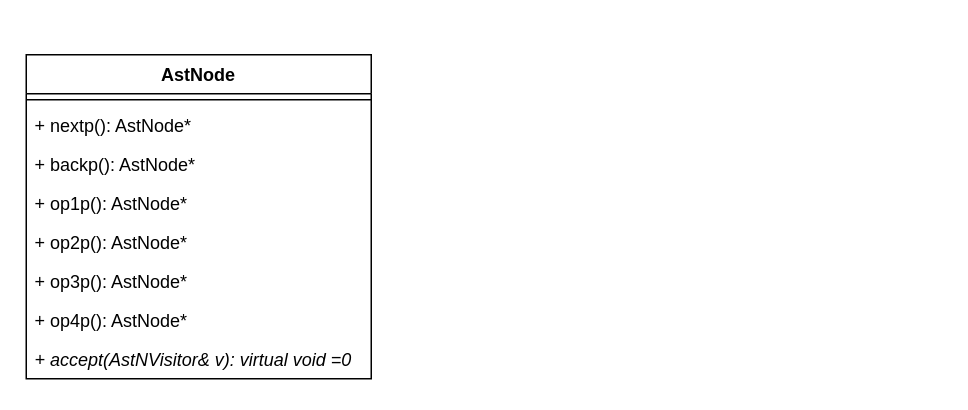
This is verilator_digrams/V3AstNode.drawio from Dercury/CLDK, a draw.io file, before an edit. Source tidied: cells renumbered, new cells numbered last; positions are measured from the earlier drawing's top-left corner, leaving out a move shared by most shapes. Both pictures are drawn from the tidied source at 150%, with x=0, y=0 at pixel (26, 54).
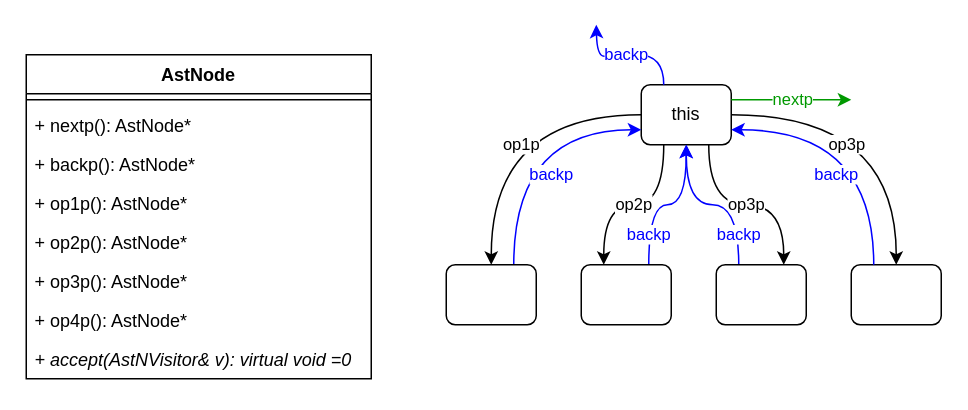
Above is the later version.

Diff of the diagram source:
```diff
@@
+    <mxCell id="11" value="op2p" style="edgeStyle=orthogonalEdgeStyle;rounded=0;jettySize=auto;html=1;exitX=0.25;exitY=1;exitDx=0;exitDy=0;entryX=0.25;entryY=0;entryDx=0;entryDy=0;curved=1;entryPerimeter=0;" parent="1" edge="1" source="15" target="19">
+      <mxGeometry relative="1" as="geometry" />
+    </mxCell>
+    <mxCell id="12" value="op3p" style="edgeStyle=orthogonalEdgeStyle;rounded=0;jettySize=auto;html=1;exitX=0.75;exitY=1;exitDx=0;exitDy=0;entryX=0.75;entryY=0;entryDx=0;entryDy=0;curved=1;" parent="1" edge="1" source="15" target="21">
+      <mxGeometry relative="1" as="geometry" />
+    </mxCell>
+    <mxCell id="13" value="op3p" style="edgeStyle=orthogonalEdgeStyle;rounded=0;jettySize=auto;html=1;exitX=1;exitY=0.5;exitDx=0;exitDy=0;entryX=0.5;entryY=0;entryDx=0;entryDy=0;curved=1;" parent="1" edge="1" source="15" target="22">
+      <mxGeometry x="-0.27" y="-20" relative="1" as="geometry" />
+    </mxCell>
+    <mxCell id="14" value="op1p" style="edgeStyle=orthogonalEdgeStyle;rounded=0;jettySize=auto;html=1;exitX=0;exitY=0.5;exitDx=0;exitDy=0;entryX=0.5;entryY=0;entryDx=0;entryDy=0;curved=1;" parent="1" edge="1" source="15" target="17">
+      <mxGeometry x="0.2" y="20" relative="1" as="geometry" />
+    </mxCell>
+    <mxCell id="15" value="this" style="rounded=1;whiteSpace=wrap;html=1;" parent="1" vertex="1">
+      <mxGeometry x="410" y="20" width="60" height="40" as="geometry" />
+    </mxCell>
+    <mxCell id="16" value="backp" style="edgeStyle=orthogonalEdgeStyle;curved=1;rounded=0;jettySize=auto;html=1;exitX=0.75;exitY=0;exitDx=0;exitDy=0;entryX=0;entryY=0.75;entryDx=0;entryDy=0;fontColor=#0000FF;strokeColor=#0000FF;" parent="1" edge="1" source="17" target="15">
+      <mxGeometry x="-0.31" y="-25" relative="1" as="geometry" />
+    </mxCell>
+    <mxCell id="17" style="rounded=1;whiteSpace=wrap;html=1;" parent="1" vertex="1">
+      <mxGeometry x="280" y="140" width="60" height="40" as="geometry" />
+    </mxCell>
+    <mxCell id="18" value="backp" style="edgeStyle=orthogonalEdgeStyle;curved=1;rounded=0;jettySize=auto;html=1;exitX=0.75;exitY=0;exitDx=0;exitDy=0;entryX=0.5;entryY=1;entryDx=0;entryDy=0;fontColor=#0000FF;strokeColor=#0000FF;" parent="1" edge="1" source="19" target="15">
+      <mxGeometry x="-0.62" relative="1" as="geometry" />
+    </mxCell>
+    <mxCell id="19" style="rounded=1;whiteSpace=wrap;html=1;" parent="1" vertex="1">
+      <mxGeometry x="370" y="140" width="60" height="40" as="geometry" />
+    </mxCell>
+    <mxCell id="20" value="backp" style="edgeStyle=orthogonalEdgeStyle;curved=1;rounded=0;jettySize=auto;html=1;exitX=0.25;exitY=0;exitDx=0;exitDy=0;entryX=0.5;entryY=1;entryDx=0;entryDy=0;strokeColor=#0000FF;fontColor=#0000FF;" parent="1" edge="1" source="21" target="15">
+      <mxGeometry x="-0.65" relative="1" as="geometry" />
+    </mxCell>
+    <mxCell id="21" style="rounded=1;whiteSpace=wrap;html=1;" parent="1" vertex="1">
+      <mxGeometry x="460" y="140" width="60" height="40" as="geometry" />
+    </mxCell>
+    <mxCell id="22" style="rounded=1;whiteSpace=wrap;html=1;" parent="1" vertex="1">
+      <mxGeometry x="550" y="140" width="60" height="40" as="geometry" />
+    </mxCell>
+    <mxCell id="23" value="backp" style="edgeStyle=orthogonalEdgeStyle;curved=1;rounded=0;jettySize=auto;html=1;exitX=0.25;exitY=0;exitDx=0;exitDy=0;entryX=1;entryY=0.75;entryDx=0;entryDy=0;strokeColor=#0000FF;fontColor=#0000FF;" parent="1" edge="1" source="22" target="15">
+      <mxGeometry x="-0.35" y="25" relative="1" as="geometry" />
+    </mxCell>
+    <mxCell id="24" value="backp" style="edgeStyle=orthogonalEdgeStyle;curved=1;rounded=0;jettySize=auto;html=1;exitX=0.25;exitY=0;exitDx=0;exitDy=0;strokeColor=#0000FF;fontColor=#0000FF;" parent="1" edge="1" source="15">
+      <mxGeometry x="0.05" relative="1" as="geometry">
+        <mxPoint x="380" y="-20" as="targetPoint" />
+      </mxGeometry>
+    </mxCell>
+    <mxCell id="25" value="nextp" style="edgeStyle=orthogonalEdgeStyle;curved=1;rounded=0;jettySize=auto;html=1;exitX=1;exitY=0.25;exitDx=0;exitDy=0;strokeColor=#009900;fontColor=#009900;" parent="1" edge="1" source="15">
+      <mxGeometry x="0.05" relative="1" as="geometry">
+        <mxPoint x="550" y="30" as="targetPoint" />
+      </mxGeometry>
+    </mxCell>
```
